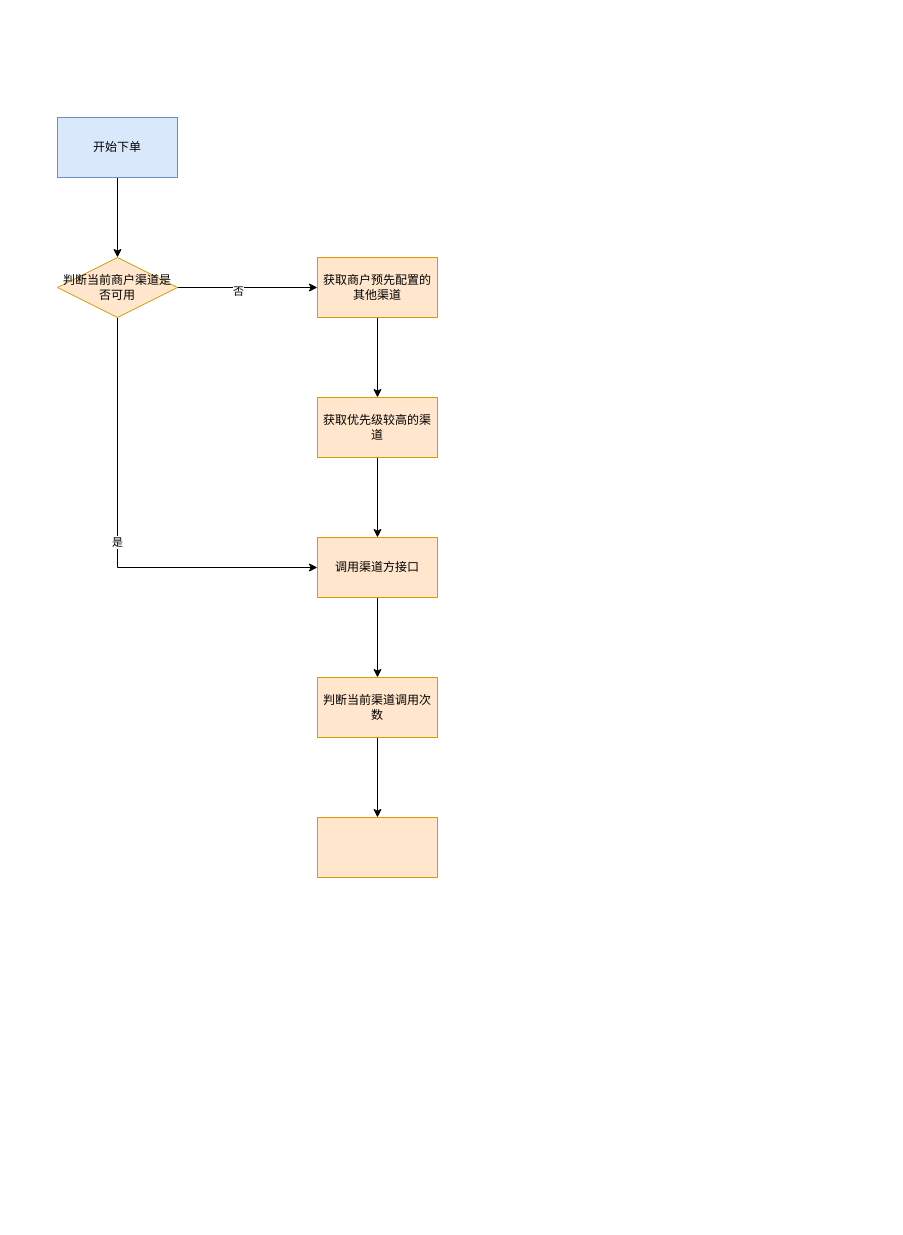
This is 支付中心下单自动切换渠道.drawio from gudujiujian11/diagram, a draw.io file, before an edit. Source tidied: cells renumbered, new cells numbered last; positions are measured from the earlier drawing's top-left corner, leaving out a move shared by most shapes. Both pictures are drawn from the tidied source at 100%, with x=0, y=0 at pixel (57, 117).
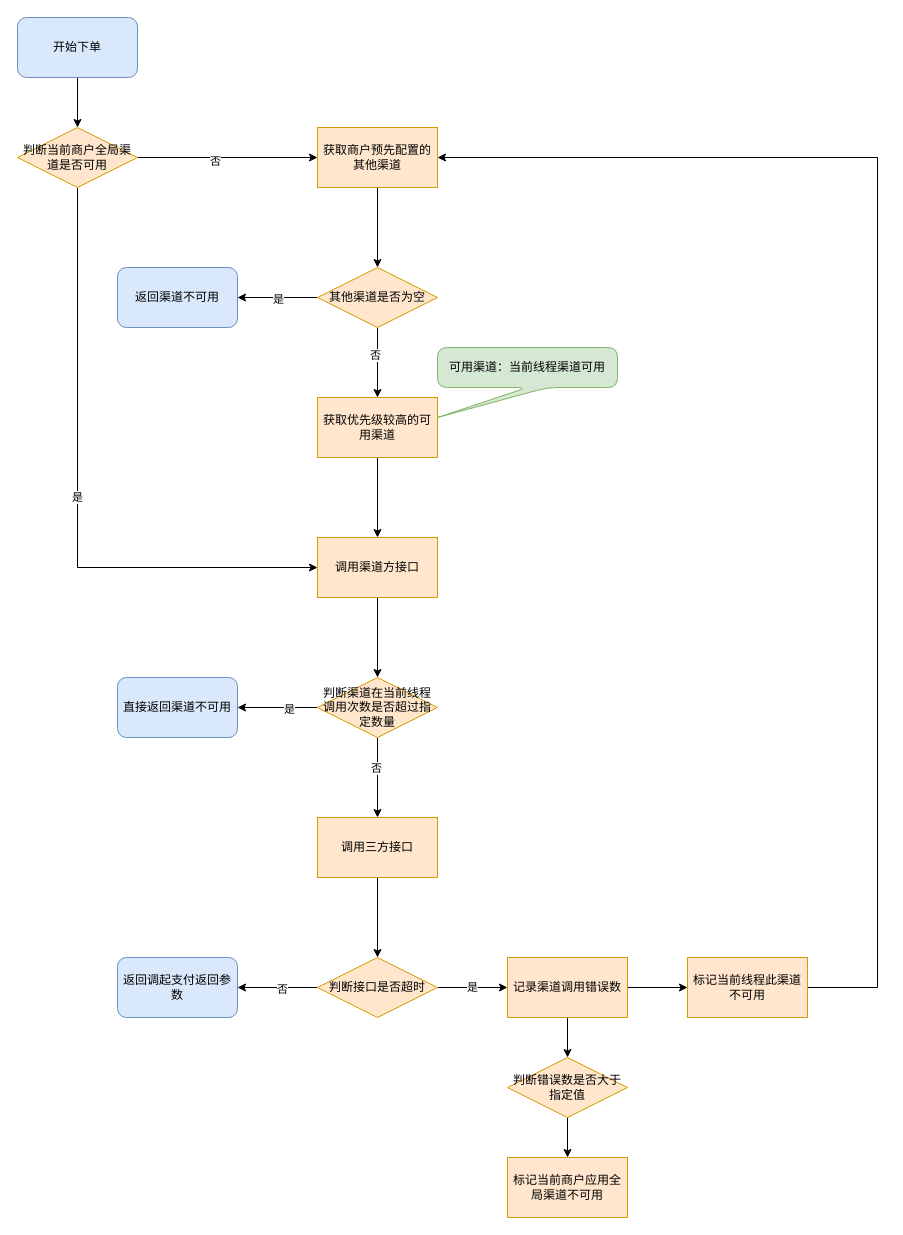
After the change.

Commit message:
更新支付中心下单自动切换渠道.drawio

The change refers to these unchanged cells:
```xml
<mxCell id="13" value="调用渠道方接口" style="whiteSpace=wrap;html=1;fillColor=#ffe6cc;strokeColor=#d79b00;" parent="1" vertex="1">
  <mxGeometry x="260" y="420" width="120" height="60" as="geometry" />
</mxCell>
<mxCell id="14" style="edgeStyle=orthogonalEdgeStyle;rounded=0;jettySize=auto;html=1;" parent="1" edge="1" source="15" target="16">
  <mxGeometry relative="1" as="geometry" />
</mxCell>
```

The edit, as a diff of the source:
```diff
@@
-    <mxCell id="3" value="开始下单" style="rounded=0;whiteSpace=wrap;html=1;fillColor=#dae8fc;strokeColor=#6c8ebf;" parent="1" vertex="1">
-      <mxGeometry width="120" height="60" as="geometry" />
+    <mxCell id="3" value="开始下单" style="rounded=1;whiteSpace=wrap;html=1;fontFamily=Helvetica;fontSize=12;fontColor=default;align=center;strokeColor=#6c8ebf;fillColor=#dae8fc;" parent="1" vertex="1">
+      <mxGeometry x="-40" y="-100" width="120" height="60" as="geometry" />
     </mxCell>
     <mxCell id="4" value="是" style="edgeStyle=orthogonalEdgeStyle;rounded=0;jettySize=auto;html=1;entryX=0;entryY=0.5;entryDx=0;entryDy=0;" parent="1" edge="1" source="7" target="13">
       <mxGeometry relative="1" as="geometry">
         <Array as="points">
-          <mxPoint x="60" y="450" />
+          <mxPoint x="20" y="450" />
         </Array>
       </mxGeometry>
     </mxCell>
@@
-    <mxCell id="7" value="判断当前商户渠道是否可用" style="rhombus;whiteSpace=wrap;html=1;fontFamily=Helvetica;fontSize=12;align=center;strokeColor=#d79b00;fillColor=#ffe6cc;" parent="1" vertex="1">
-      <mxGeometry y="140" width="120" height="60" as="geometry" />
+    <mxCell id="7" value="判断当前商户全局渠道是否可用" style="rhombus;whiteSpace=wrap;html=1;fontFamily=Helvetica;fontSize=12;align=center;strokeColor=#d79b00;fillColor=#ffe6cc;" parent="1" vertex="1">
+      <mxGeometry x="-40" y="10" width="120" height="60" as="geometry" />
     </mxCell>
-    <mxCell id="8" style="edgeStyle=orthogonalEdgeStyle;rounded=0;jettySize=auto;html=1;" parent="1" edge="1" source="9" target="11">
-      <mxGeometry relative="1" as="geometry" />
-    </mxCell>
+    <mxCell id="17" style="edgeStyle=orthogonalEdgeStyle;rounded=0;jettySize=auto;html=1;" parent="1" edge="1" source="9" target="41">
+      <mxGeometry relative="1" as="geometry" />
+    </mxCell>
     <mxCell id="9" value="获取商户预先配置的其他渠道" style="whiteSpace=wrap;html=1;fillColor=#ffe6cc;strokeColor=#d79b00;" parent="1" vertex="1">
-      <mxGeometry x="260" y="140" width="120" height="60" as="geometry" />
+      <mxGeometry x="260" y="10" width="120" height="60" as="geometry" />
     </mxCell>
@@
-    <mxCell id="11" value="获取优先级较高的渠道" style="whiteSpace=wrap;html=1;fillColor=#ffe6cc;strokeColor=#d79b00;" parent="1" vertex="1">
+    <mxCell id="11" value="获取优先级较高的可用渠道" style="whiteSpace=wrap;html=1;fillColor=#ffe6cc;strokeColor=#d79b00;" parent="1" vertex="1">
       <mxGeometry x="260" y="280" width="120" height="60" as="geometry" />
     </mxCell>
@@
+    <mxCell id="18" value="否" style="edgeLabel;html=1;align=center;verticalAlign=middle;" parent="14" vertex="1">
+      <mxGeometry x="-0.24" y="-2" relative="1" as="geometry" />
+    </mxCell>
+    <mxCell id="19" style="edgeStyle=orthogonalEdgeStyle;rounded=0;jettySize=auto;html=1;" parent="1" edge="1" source="15" target="22">
+      <mxGeometry relative="1" as="geometry" />
+    </mxCell>
+    <mxCell id="20" value="是" style="edgeLabel;html=1;align=center;verticalAlign=middle;" parent="19" vertex="1">
+      <mxGeometry x="-0.28" relative="1" as="geometry">
+        <mxPoint y="1" as="offset" />
+      </mxGeometry>
+    </mxCell>
-    <mxCell id="15" value="判断当前渠道调用次数" style="whiteSpace=wrap;html=1;fillColor=#ffe6cc;strokeColor=#d79b00;" parent="1" vertex="1">
+    <mxCell id="15" value="判断渠道在当前线程调用次数是否超过指定数量" style="rhombus;whiteSpace=wrap;html=1;fontFamily=Helvetica;fontSize=12;fontColor=default;align=center;strokeColor=#d79b00;fillColor=#ffe6cc;" parent="1" vertex="1">
       <mxGeometry x="260" y="560" width="120" height="60" as="geometry" />
     </mxCell>
+    <mxCell id="21" style="edgeStyle=orthogonalEdgeStyle;rounded=0;jettySize=auto;html=1;" parent="1" edge="1" source="16" target="26">
+      <mxGeometry relative="1" as="geometry" />
+    </mxCell>
-    <mxCell id="16" style="whiteSpace=wrap;html=1;fillColor=#ffe6cc;strokeColor=#d79b00;" parent="1" vertex="1">
+    <mxCell id="16" value="调用三方接口" style="whiteSpace=wrap;html=1;fillColor=#ffe6cc;strokeColor=#d79b00;" parent="1" vertex="1">
       <mxGeometry x="260" y="700" width="120" height="60" as="geometry" />
     </mxCell>
+    <mxCell id="22" value="直接返回渠道不可用" style="rounded=1;whiteSpace=wrap;html=1;fontFamily=Helvetica;fontSize=12;fontColor=default;align=center;strokeColor=#6c8ebf;fillColor=#dae8fc;" parent="1" vertex="1">
+      <mxGeometry x="60" y="560" width="120" height="60" as="geometry" />
+    </mxCell>
+    <mxCell id="23" style="edgeStyle=orthogonalEdgeStyle;rounded=0;jettySize=auto;html=1;exitX=0;exitY=0.5;exitDx=0;exitDy=0;" parent="1" edge="1" source="26" target="27">
+      <mxGeometry relative="1" as="geometry" />
+    </mxCell>
+    <mxCell id="24" value="否" style="edgeLabel;html=1;align=center;verticalAlign=middle;" parent="23" vertex="1">
+      <mxGeometry x="-0.1" y="1" relative="1" as="geometry" />
+    </mxCell>
+    <mxCell id="25" value="是" style="edgeStyle=orthogonalEdgeStyle;rounded=0;jettySize=auto;html=1;" parent="1" edge="1" source="26" target="30">
+      <mxGeometry relative="1" as="geometry" />
+    </mxCell>
+    <mxCell id="26" value="判断接口是否超时" style="rhombus;whiteSpace=wrap;html=1;fontFamily=Helvetica;fontSize=12;fontColor=default;align=center;strokeColor=#d79b00;fillColor=#ffe6cc;" parent="1" vertex="1">
+      <mxGeometry x="260" y="840" width="120" height="60" as="geometry" />
+    </mxCell>
+    <mxCell id="27" value="返回调起支付返回参数" style="rounded=1;whiteSpace=wrap;html=1;fontFamily=Helvetica;fontSize=12;fontColor=default;align=center;strokeColor=#6c8ebf;fillColor=#dae8fc;" parent="1" vertex="1">
+      <mxGeometry x="60" y="840" width="120" height="60" as="geometry" />
+    </mxCell>
+    <mxCell id="28" style="edgeStyle=orthogonalEdgeStyle;rounded=0;jettySize=auto;html=1;" parent="1" edge="1" source="30" target="32">
+      <mxGeometry relative="1" as="geometry" />
+    </mxCell>
+    <mxCell id="29" style="edgeStyle=orthogonalEdgeStyle;rounded=0;jettySize=auto;html=1;" parent="1" edge="1" source="30" target="34">
+      <mxGeometry relative="1" as="geometry" />
+    </mxCell>
+    <mxCell id="30" value="记录渠道调用错误数" style="whiteSpace=wrap;html=1;fillColor=#ffe6cc;strokeColor=#d79b00;" parent="1" vertex="1">
+      <mxGeometry x="450" y="840" width="120" height="60" as="geometry" />
+    </mxCell>
+    <mxCell id="31" style="edgeStyle=orthogonalEdgeStyle;rounded=0;jettySize=auto;html=1;exitX=1;exitY=0.5;exitDx=0;exitDy=0;entryX=1;entryY=0.5;entryDx=0;entryDy=0;" parent="1" edge="1" source="32" target="9">
+      <mxGeometry relative="1" as="geometry">
+        <Array as="points">
+          <mxPoint x="820" y="870" />
+          <mxPoint x="820" y="40" />
+        </Array>
+      </mxGeometry>
+    </mxCell>
+    <mxCell id="32" value="标记当前线程此渠道不可用" style="whiteSpace=wrap;html=1;fillColor=#ffe6cc;strokeColor=#d79b00;" parent="1" vertex="1">
+      <mxGeometry x="630" y="840" width="120" height="60" as="geometry" />
+    </mxCell>
+    <mxCell id="33" style="edgeStyle=orthogonalEdgeStyle;rounded=0;jettySize=auto;html=1;" parent="1" edge="1" source="34" target="35">
+      <mxGeometry relative="1" as="geometry" />
+    </mxCell>
+    <mxCell id="34" value="判断错误数是否大于指定值" style="rhombus;whiteSpace=wrap;html=1;fontFamily=Helvetica;fontSize=12;fontColor=default;align=center;strokeColor=#d79b00;fillColor=#ffe6cc;" parent="1" vertex="1">
+      <mxGeometry x="450" y="940" width="120" height="60" as="geometry" />
+    </mxCell>
+    <mxCell id="35" value="标记当前商户应用全局渠道不可用" style="whiteSpace=wrap;html=1;fillColor=#ffe6cc;strokeColor=#d79b00;" parent="1" vertex="1">
+      <mxGeometry x="450" y="1040" width="120" height="60" as="geometry" />
+    </mxCell>
+    <mxCell id="36" value="可用渠道：当前线程渠道可用" style="shape=callout;whiteSpace=wrap;html=1;perimeter=calloutPerimeter;position2=0;fillColor=#d5e8d4;strokeColor=#82b366;gradientColor=none;rounded=1;" parent="1" vertex="1">
+      <mxGeometry x="380" y="230" width="180" height="70" as="geometry" />
+    </mxCell>
+    <mxCell id="37" style="edgeStyle=orthogonalEdgeStyle;rounded=0;jettySize=auto;html=1;" parent="1" edge="1" source="41" target="42">
+      <mxGeometry relative="1" as="geometry" />
+    </mxCell>
+    <mxCell id="38" value="是" style="edgeLabel;html=1;align=center;verticalAlign=middle;" parent="37" vertex="1">
+      <mxGeometry x="-0.01" y="1" relative="1" as="geometry" />
+    </mxCell>
+    <mxCell id="39" style="edgeStyle=orthogonalEdgeStyle;rounded=0;jettySize=auto;html=1;exitX=0.5;exitY=1;exitDx=0;exitDy=0;" parent="1" edge="1" source="41" target="11">
+      <mxGeometry relative="1" as="geometry" />
+    </mxCell>
+    <mxCell id="40" value="否" style="edgeLabel;html=1;align=center;verticalAlign=middle;" parent="39" vertex="1">
+      <mxGeometry x="-0.24" y="-3" relative="1" as="geometry" />
+    </mxCell>
+    <mxCell id="41" value="其他渠道是否为空" style="rhombus;whiteSpace=wrap;html=1;fontFamily=Helvetica;fontSize=12;fontColor=default;align=center;strokeColor=#d79b00;fillColor=#ffe6cc;" parent="1" vertex="1">
+      <mxGeometry x="260" y="150" width="120" height="60" as="geometry" />
+    </mxCell>
+    <mxCell id="42" value="返回渠道不可用" style="rounded=1;whiteSpace=wrap;html=1;fontFamily=Helvetica;fontSize=12;align=center;strokeColor=#6c8ebf;fillColor=#dae8fc;" parent="1" vertex="1">
+      <mxGeometry x="60" y="150" width="120" height="60" as="geometry" />
+    </mxCell>
```
